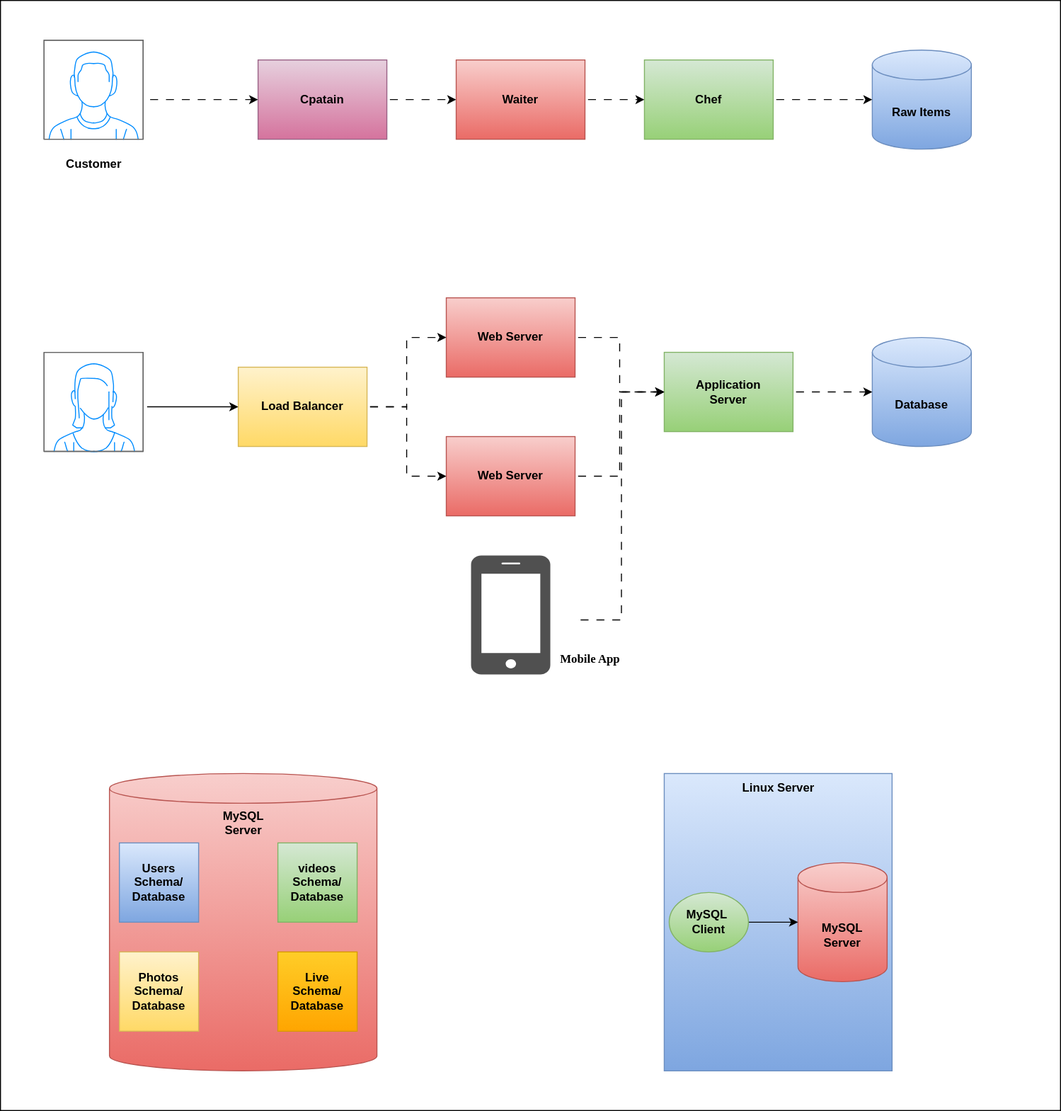
Above: 3-tier-architecture.svg in Chakradhar710/expense-documentation (draw.io), before the change. Source tidied: cells renumbered, new cells last; positions are measured from the earlier drawing's top-left corner, leaving out a move shared by most shapes.
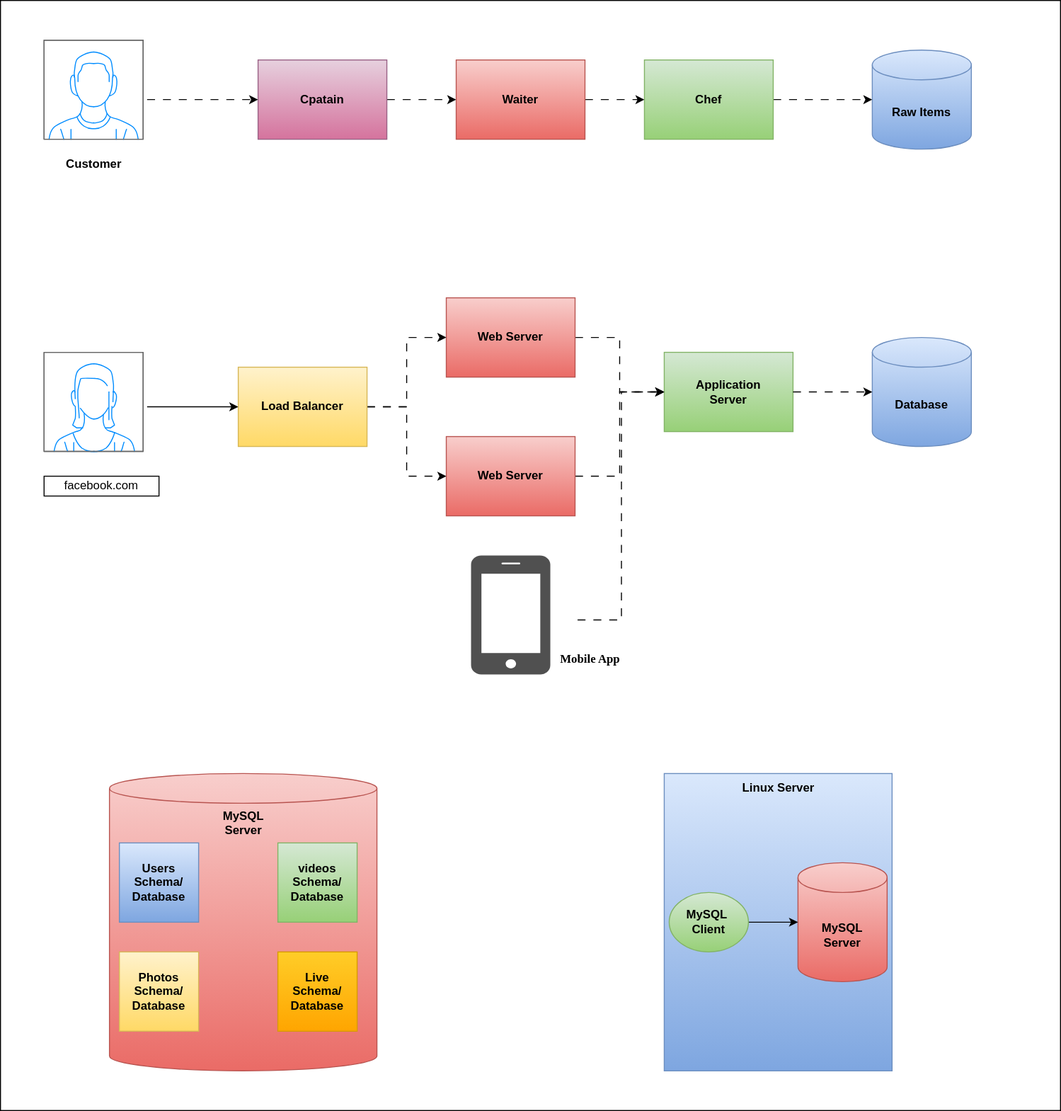
Above is the later version.

Diff of the diagram source:
```diff
@@ -122,5 +122,8 @@
     <mxCell id="39" style="verticalLabelPosition=bottom;shadow=0;dashed=0;align=center;html=1;verticalAlign=top;strokeWidth=1;shape=mxgraph.mockup.containers.userFemale;strokeColor=#666666;strokeColor2=#008cff;" parent="1" vertex="1">
       <mxGeometry x="44" y="355" width="100" height="100" as="geometry" />
     </mxCell>
+    <mxCell id="40" value="facebook.com" style="rounded=0;whiteSpace=wrap;html=1;" parent="1" vertex="1">
+      <mxGeometry x="44" y="480" width="116" height="20" as="geometry" />
+    </mxCell>
   </root>
 </mxGraphModel>
```
